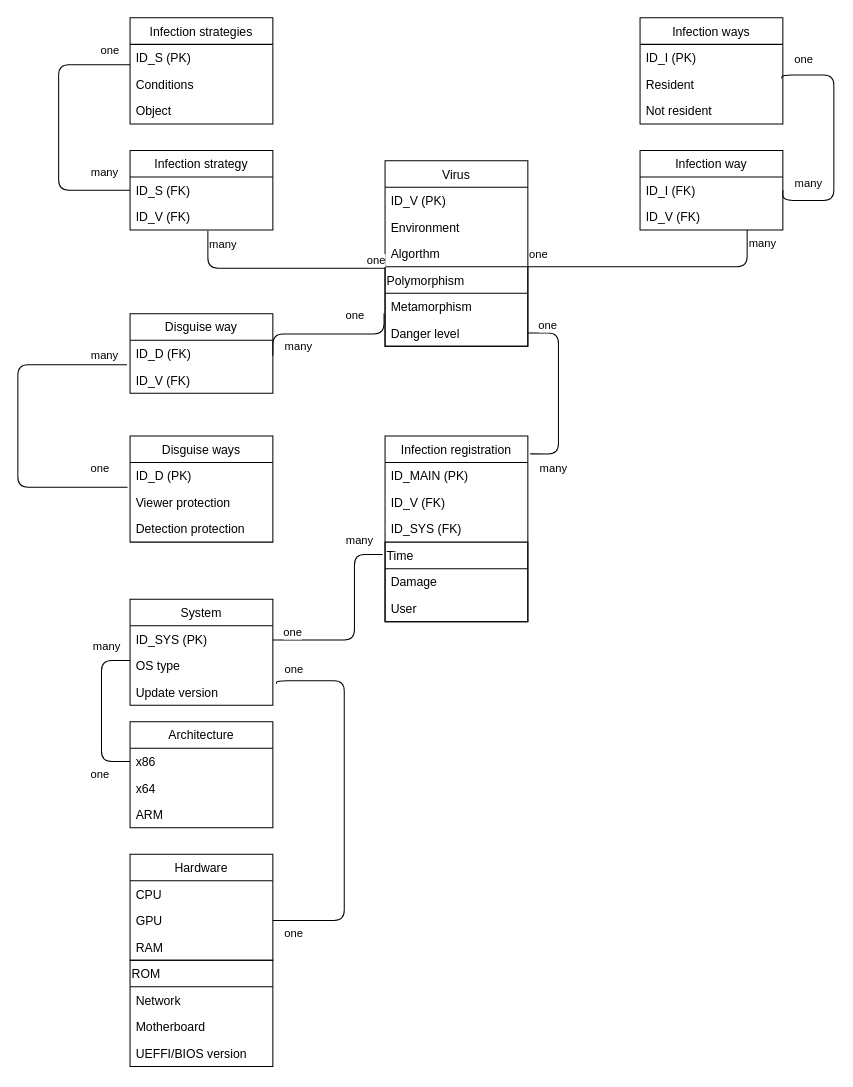
Earlier version of the draw.io diagram VirusAttack.drawio (IcyAltair/Virus-attack-DB). Source tidied: cells renumbered, new cells numbered last; positions are measured from the earlier drawing's top-left corner, leaving out a move shared by most shapes. Both pictures are drawn from the tidied source at 102%, with x=0, y=0 at pixel (17, 17).
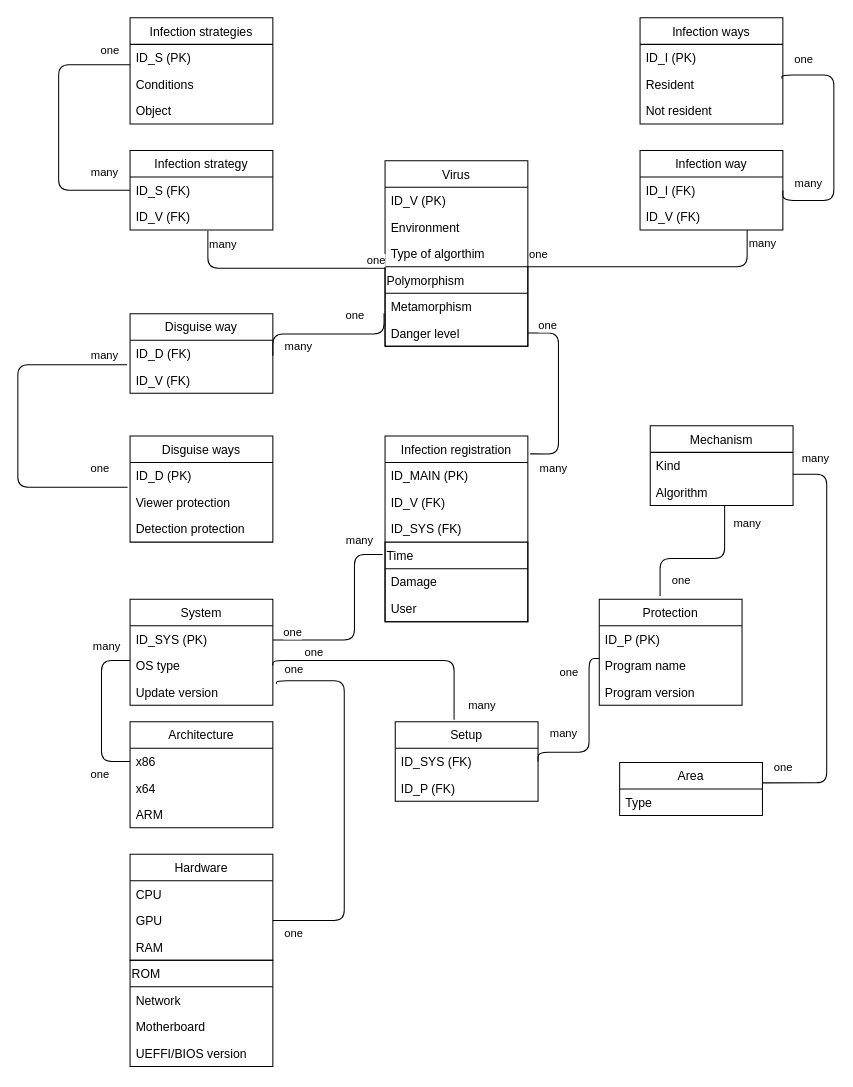
Above is the later version.

Unchanged cells that the change refers to:
```xml
<mxCell id="2" value="Virus" style="swimlane;fontStyle=0;horizontal=1;startSize=26;fillColor=none;" parent="1" vertex="1">
  <mxGeometry x="360" y="140" width="140" height="182" as="geometry" />
</mxCell>
<mxCell id="60" value="OS type" style="text;strokeColor=none;fillColor=none;align=left;verticalAlign=top;spacingLeft=4;spacingRight=4;overflow=hidden;points=[[0,0.5],[1,0.5]];portConstraint=eastwest;" parent="58" vertex="1">
  <mxGeometry y="52" width="140" height="26" as="geometry" />
</mxCell>
```

What changed in the source:
```diff
@@
-    <mxCell id="5" value="Algorthm" style="text;strokeColor=none;fillColor=none;align=left;verticalAlign=top;spacingLeft=4;spacingRight=4;overflow=hidden;points=[[0,0.5],[1,0.5]];portConstraint=eastwest;" parent="2" vertex="1">
+    <mxCell id="5" value="Type of algorthim" style="text;strokeColor=none;fillColor=none;align=left;verticalAlign=top;spacingLeft=4;spacingRight=4;overflow=hidden;points=[[0,0.5],[1,0.5]];portConstraint=eastwest;" parent="2" vertex="1">
       <mxGeometry y="78" width="140" height="26" as="geometry" />
     </mxCell>
@@
+    <mxCell id="83" value="Protection" style="swimlane;fontStyle=0;horizontal=1;startSize=26;fillColor=none;align=center;" parent="1" vertex="1">
+      <mxGeometry x="570" y="570" width="140" height="104" as="geometry" />
+    </mxCell>
+    <mxCell id="84" value="ID_P (PK)" style="text;strokeColor=none;fillColor=none;align=left;verticalAlign=top;spacingLeft=4;spacingRight=4;overflow=hidden;" parent="83" vertex="1">
+      <mxGeometry y="26" width="140" height="26" as="geometry" />
+    </mxCell>
+    <mxCell id="85" value="Program name" style="text;strokeColor=none;fillColor=none;align=left;verticalAlign=top;spacingLeft=4;spacingRight=4;overflow=hidden;" parent="83" vertex="1">
+      <mxGeometry y="52" width="140" height="26" as="geometry" />
+    </mxCell>
+    <mxCell id="86" value="Program version" style="text;strokeColor=none;fillColor=none;align=left;verticalAlign=top;spacingLeft=4;spacingRight=4;overflow=hidden;" parent="83" vertex="1">
+      <mxGeometry y="78" width="140" height="26" as="geometry" />
+    </mxCell>
+    <mxCell id="87" value="Setup" style="swimlane;fontStyle=0;horizontal=1;startSize=26;fillColor=none;align=center;" parent="1" vertex="1">
+      <mxGeometry x="370" y="690" width="140" height="78" as="geometry" />
+    </mxCell>
+    <mxCell id="88" value="ID_SYS (FK)" style="text;strokeColor=none;fillColor=none;align=left;verticalAlign=top;spacingLeft=4;spacingRight=4;overflow=hidden;points=[[0,0.5],[1,0.5]];portConstraint=eastwest;" parent="87" vertex="1">
+      <mxGeometry y="26" width="140" height="26" as="geometry" />
+    </mxCell>
+    <mxCell id="89" value="ID_P (FK)" style="text;strokeColor=none;fillColor=none;align=left;verticalAlign=top;spacingLeft=4;spacingRight=4;overflow=hidden;" parent="87" vertex="1">
+      <mxGeometry y="52" width="140" height="26" as="geometry" />
+    </mxCell>
+    <mxCell id="90" style="endArrow=none;html=1;edgeStyle=orthogonalEdgeStyle;strokeColor=#000000;entryX=1;entryY=0.5;entryDx=0;entryDy=0;exitX=0.412;exitY=-0.024;exitDx=0;exitDy=0;exitPerimeter=0;" parent="1" edge="1" source="87" target="60">
+      <mxGeometry relative="1" as="geometry">
+        <Array as="points">
+          <mxPoint x="428" y="630" />
+          <mxPoint x="250" y="630" />
+        </Array>
+      </mxGeometry>
+    </mxCell>
+    <mxCell id="91" value="many" style="edgeLabel;html=1;align=left;verticalAlign=bottom;" parent="90" vertex="1">
+      <mxGeometry x="-1" relative="1" as="geometry">
+        <mxPoint x="12.3" y="-6.2" as="offset" />
+      </mxGeometry>
+    </mxCell>
+    <mxCell id="92" value="one" style="edgeLabel;html=1;align=right;verticalAlign=bottom;" parent="90" vertex="1">
+      <mxGeometry x="1" relative="1" as="geometry">
+        <mxPoint x="50" y="-5" as="offset" />
+      </mxGeometry>
+    </mxCell>
+    <mxCell id="93" style="endArrow=none;html=1;edgeStyle=orthogonalEdgeStyle;strokeColor=#000000;exitX=1;exitY=0.5;exitDx=0;exitDy=0;" parent="1" edge="1" source="88">
+      <mxGeometry relative="1" as="geometry">
+        <mxPoint x="570" y="628" as="targetPoint" />
+        <Array as="points">
+          <mxPoint x="510" y="720" />
+          <mxPoint x="560" y="720" />
+          <mxPoint x="560" y="628" />
+        </Array>
+      </mxGeometry>
+    </mxCell>
+    <mxCell id="94" value="many" style="edgeLabel;html=1;align=left;verticalAlign=bottom;" parent="93" vertex="1">
+      <mxGeometry x="-1" relative="1" as="geometry">
+        <mxPoint x="10" y="-19" as="offset" />
+      </mxGeometry>
+    </mxCell>
+    <mxCell id="95" value="one" style="edgeLabel;html=1;align=right;verticalAlign=bottom;" parent="93" vertex="1">
+      <mxGeometry x="1" relative="1" as="geometry">
+        <mxPoint x="-19.8" y="22" as="offset" />
+      </mxGeometry>
+    </mxCell>
+    <mxCell id="96" value="Mechanism" style="swimlane;fontStyle=0;horizontal=1;startSize=26;fillColor=none;align=center;" parent="1" vertex="1">
+      <mxGeometry x="620" y="400" width="140" height="78" as="geometry" />
+    </mxCell>
+    <mxCell id="97" value="Kind" style="text;strokeColor=none;fillColor=none;align=left;verticalAlign=top;spacingLeft=4;spacingRight=4;overflow=hidden;points=[[0,0.5],[1,0.5]];portConstraint=eastwest;" parent="96" vertex="1">
+      <mxGeometry y="26" width="140" height="26" as="geometry" />
+    </mxCell>
+    <mxCell id="98" value="Algorithm" style="text;strokeColor=none;fillColor=none;align=left;verticalAlign=top;spacingLeft=4;spacingRight=4;overflow=hidden;points=[[0,0.5],[1,0.5]];portConstraint=eastwest;" parent="96" vertex="1">
+      <mxGeometry y="52" width="140" height="26" as="geometry" />
+    </mxCell>
+    <mxCell id="99" style="endArrow=none;html=1;edgeStyle=orthogonalEdgeStyle;strokeColor=#000000;exitX=0.521;exitY=0.981;exitDx=0;exitDy=0;exitPerimeter=0;entryX=0.426;entryY=-0.03;entryDx=0;entryDy=0;entryPerimeter=0;" parent="1" edge="1" source="98" target="83">
+      <mxGeometry relative="1" as="geometry">
+        <Array as="points">
+          <mxPoint x="693" y="530" />
+          <mxPoint x="630" y="530" />
+        </Array>
+      </mxGeometry>
+    </mxCell>
+    <mxCell id="100" value="many" style="edgeLabel;html=1;align=left;verticalAlign=bottom;" parent="99" vertex="1">
+      <mxGeometry x="-1" relative="1" as="geometry">
+        <mxPoint x="7.1" y="26.5" as="offset" />
+      </mxGeometry>
+    </mxCell>
+    <mxCell id="101" value="one" style="edgeLabel;html=1;align=right;verticalAlign=bottom;" parent="99" vertex="1">
+      <mxGeometry x="1" relative="1" as="geometry">
+        <mxPoint x="30.4" y="-6.8" as="offset" />
+      </mxGeometry>
+    </mxCell>
+    <mxCell id="102" value="Area" style="swimlane;fontStyle=0;horizontal=1;startSize=26;fillColor=none;align=center;" parent="1" vertex="1">
+      <mxGeometry x="590" y="730" width="140" height="52" as="geometry" />
+    </mxCell>
+    <mxCell id="103" value="Type" style="text;strokeColor=none;fillColor=none;align=left;verticalAlign=top;spacingLeft=4;spacingRight=4;overflow=hidden;" parent="102" vertex="1">
+      <mxGeometry y="26" width="140" height="26" as="geometry" />
+    </mxCell>
+    <mxCell id="104" style="endArrow=none;html=1;edgeStyle=orthogonalEdgeStyle;strokeColor=#000000;exitX=0.998;exitY=0.827;exitDx=0;exitDy=0;exitPerimeter=0;entryX=1;entryY=0.385;entryDx=0;entryDy=0;entryPerimeter=0;" parent="1" edge="1" source="97" target="102">
+      <mxGeometry relative="1" as="geometry">
+        <Array as="points">
+          <mxPoint x="793" y="448" />
+          <mxPoint x="793" y="750" />
+        </Array>
+      </mxGeometry>
+    </mxCell>
+    <mxCell id="105" value="many" style="edgeLabel;html=1;align=left;verticalAlign=bottom;" parent="104" vertex="1">
+      <mxGeometry x="-1" relative="1" as="geometry">
+        <mxPoint x="7.1" y="-7.5" as="offset" />
+      </mxGeometry>
+    </mxCell>
+    <mxCell id="106" value="one" style="edgeLabel;html=1;align=right;verticalAlign=bottom;" parent="104" vertex="1">
+      <mxGeometry x="1" relative="1" as="geometry">
+        <mxPoint x="30.4" y="-6.8" as="offset" />
+      </mxGeometry>
+    </mxCell>
```
